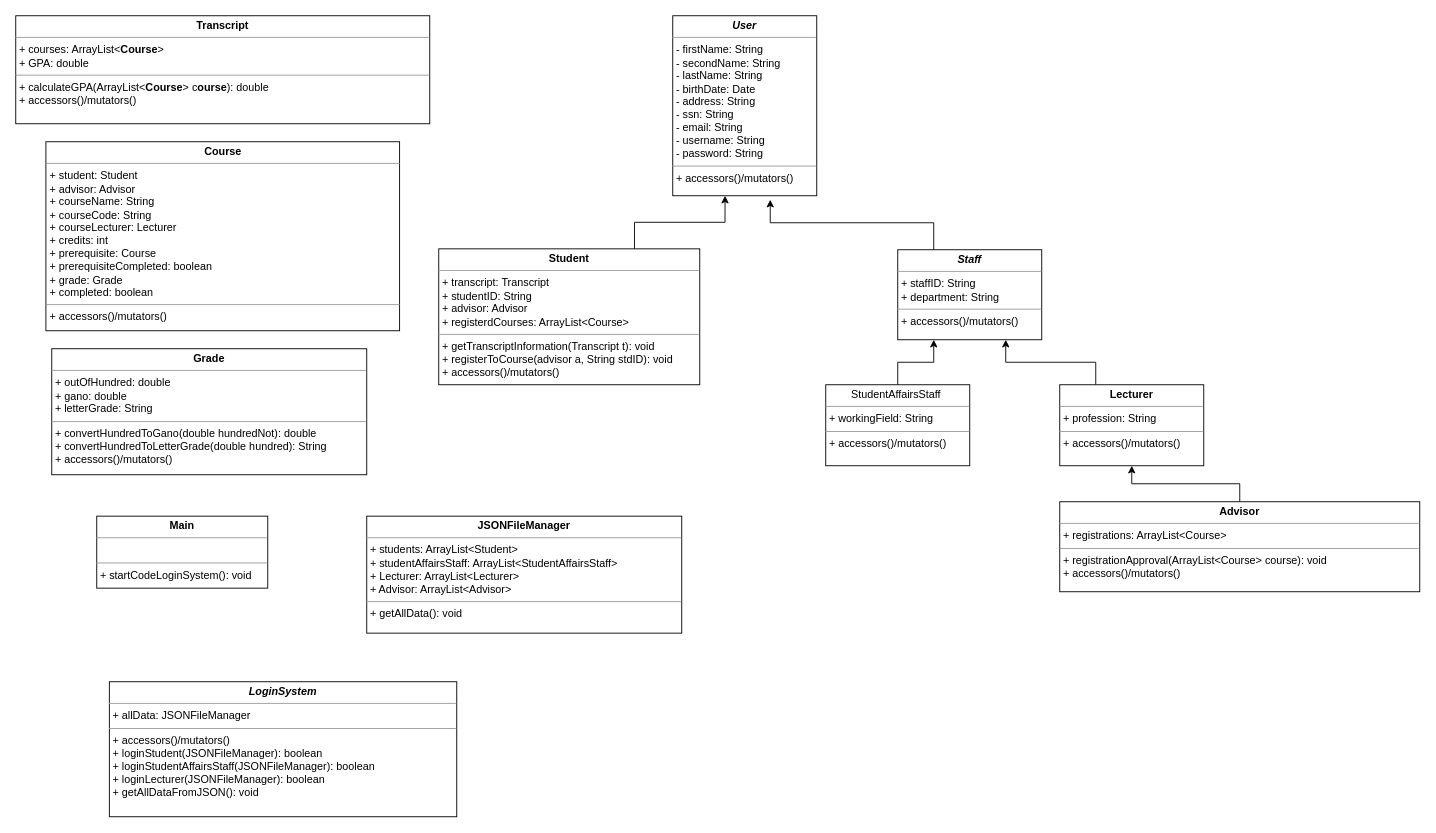
Before: Iteration_1/UML.drawio in yigittuncer07/CSE3063F23P1_GRP9, a draw.io diagram. Source tidied: cells renumbered, new cells numbered last; positions are measured from the earlier drawing's top-left corner, leaving out a move shared by most shapes. Both pictures are drawn from the tidied source at 90%, with x=0, y=0 at pixel (15, 15).
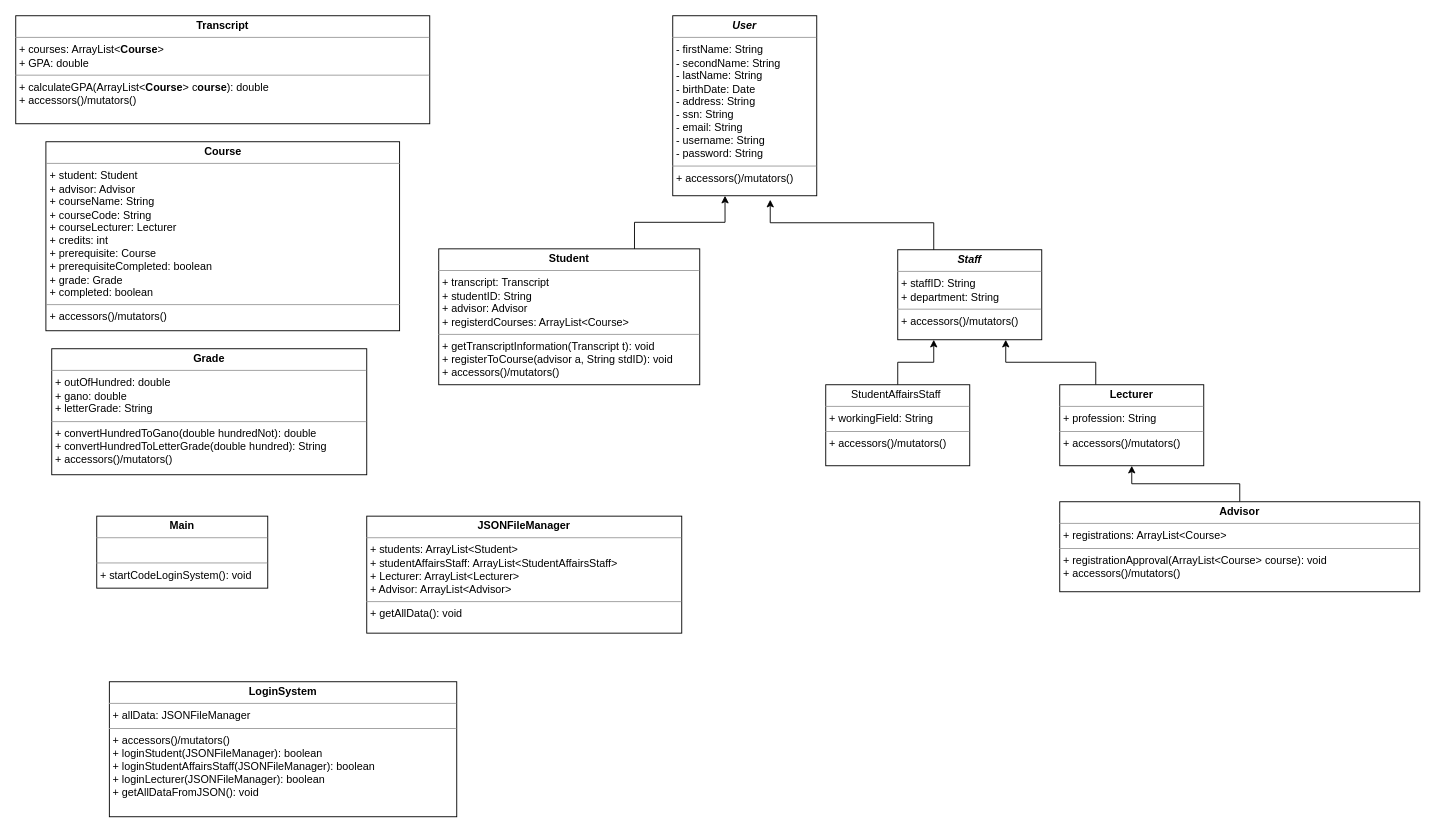
After the change.

What changed in the source:
```diff
@@
 <mxGraphModel>
   <root>
     <mxCell id="0" />
     <mxCell id="1" parent="0" />
     <mxCell id="2" value="&lt;p style=&quot;margin:0px;margin-top:4px;text-align:center;&quot;&gt;&lt;b&gt;&lt;i&gt;User&lt;/i&gt;&lt;/b&gt;&lt;/p&gt;&lt;hr size=&quot;1&quot;&gt;&lt;p style=&quot;margin:0px;margin-left:4px;&quot;&gt;- firstName: String&lt;/p&gt;&lt;p style=&quot;margin:0px;margin-left:4px;&quot;&gt;- secondName: String&lt;/p&gt;&lt;p style=&quot;margin:0px;margin-left:4px;&quot;&gt;-&amp;nbsp;&lt;span style=&quot;background-color: initial;&quot;&gt;lastName: String&lt;/span&gt;&lt;/p&gt;&lt;p style=&quot;border-color: var(--border-color); margin: 0px 0px 0px 4px;&quot;&gt;- birthDate: Date&lt;/p&gt;&lt;p style=&quot;margin:0px;margin-left:4px;&quot;&gt;- address: String&lt;/p&gt;&lt;p style=&quot;margin:0px;margin-left:4px;&quot;&gt;- ssn: String&lt;/p&gt;&lt;p style=&quot;margin:0px;margin-left:4px;&quot;&gt;- email: String&lt;/p&gt;&lt;p style=&quot;margin:0px;margin-left:4px;&quot;&gt;- username: String&lt;/p&gt;&lt;p style=&quot;margin:0px;margin-left:4px;&quot;&gt;- password: String&lt;/p&gt;&lt;hr size=&quot;1&quot;&gt;&lt;p style=&quot;margin:0px;margin-left:4px;&quot;&gt;+ accessors()/mutators()&lt;/p&gt;" style="verticalAlign=top;align=left;overflow=fill;fontSize=12;fontFamily=Helvetica;html=1;whiteSpace=wrap;" parent="1" vertex="1">
       <mxGeometry x="730" width="160" height="200" as="geometry" />
     </mxCell>
     <mxCell id="3" value="&lt;p style=&quot;margin:0px;margin-top:4px;text-align:center;&quot;&gt;&lt;b&gt;Student&lt;/b&gt;&lt;/p&gt;&lt;hr size=&quot;1&quot;&gt;&lt;p style=&quot;margin:0px;margin-left:4px;&quot;&gt;+ transcript: Transcript&lt;/p&gt;&lt;p style=&quot;margin:0px;margin-left:4px;&quot;&gt;+ studentID: String&lt;/p&gt;&lt;p style=&quot;margin:0px;margin-left:4px;&quot;&gt;+ advisor: Advisor&lt;/p&gt;&lt;p style=&quot;margin:0px;margin-left:4px;&quot;&gt;+ registerdCourses: ArrayList&amp;lt;Course&amp;gt;&lt;/p&gt;&lt;hr size=&quot;1&quot;&gt;&lt;p style=&quot;margin:0px;margin-left:4px;&quot;&gt;+ getTranscriptInformation(Transcript t): void&lt;/p&gt;&lt;p style=&quot;margin:0px;margin-left:4px;&quot;&gt;&lt;span style=&quot;background-color: initial;&quot;&gt;+ registerToCourse(advisor a, String stdID): void&lt;/span&gt;&lt;/p&gt;&lt;p style=&quot;margin:0px;margin-left:4px;&quot;&gt;&lt;span style=&quot;background-color: initial;&quot;&gt;+ accessors()/mutators()&lt;/span&gt;&lt;br&gt;&lt;/p&gt;" style="verticalAlign=top;align=left;overflow=fill;fontSize=12;fontFamily=Helvetica;html=1;whiteSpace=wrap;" parent="1" vertex="1">
       <mxGeometry x="470" y="259" width="290" height="151" as="geometry" />
     </mxCell>
     <mxCell id="4" style="edgeStyle=orthogonalEdgeStyle;rounded=0;jettySize=auto;html=1;exitX=0.5;exitY=0;exitDx=0;exitDy=0;entryX=0.5;entryY=1;entryDx=0;entryDy=0;" parent="1" edge="1" source="5" target="13">
       <mxGeometry relative="1" as="geometry" />
     </mxCell>
     <mxCell id="5" value="&lt;p style=&quot;margin:0px;margin-top:4px;text-align:center;&quot;&gt;&lt;b&gt;Advisor&lt;/b&gt;&lt;/p&gt;&lt;hr size=&quot;1&quot;&gt;&lt;p style=&quot;margin:0px;margin-left:4px;&quot;&gt;+ registrations: ArrayList&amp;lt;Course&amp;gt;&lt;/p&gt;&lt;hr size=&quot;1&quot;&gt;&lt;p style=&quot;margin:0px;margin-left:4px;&quot;&gt;+ registrationApproval(ArrayList&amp;lt;Course&amp;gt; course): void&lt;/p&gt;&lt;p style=&quot;margin:0px;margin-left:4px;&quot;&gt;+ accessors()/mutators()&lt;br&gt;&lt;/p&gt;" style="verticalAlign=top;align=left;overflow=fill;fontSize=12;fontFamily=Helvetica;html=1;whiteSpace=wrap;" parent="1" vertex="1">
       <mxGeometry x="1160" y="540" width="400" height="100" as="geometry" />
     </mxCell>
     <mxCell id="6" value="&lt;p style=&quot;margin:0px;margin-top:4px;text-align:center;&quot;&gt;&lt;b&gt;Course&lt;/b&gt;&lt;/p&gt;&lt;hr size=&quot;1&quot;&gt;&lt;p style=&quot;margin:0px;margin-left:4px;&quot;&gt;+ student: Student&lt;/p&gt;&lt;p style=&quot;margin:0px;margin-left:4px;&quot;&gt;+ advisor: Advisor&lt;/p&gt;&lt;p style=&quot;margin:0px;margin-left:4px;&quot;&gt;+ courseName: String&lt;/p&gt;&lt;p style=&quot;margin:0px;margin-left:4px;&quot;&gt;+ courseCode: String&lt;/p&gt;&lt;p style=&quot;margin:0px;margin-left:4px;&quot;&gt;+ courseLecturer: Lecturer&lt;/p&gt;&lt;p style=&quot;margin:0px;margin-left:4px;&quot;&gt;+ credits: int&lt;/p&gt;&lt;p style=&quot;margin:0px;margin-left:4px;&quot;&gt;+ prerequisite: Course&lt;/p&gt;&lt;p style=&quot;margin:0px;margin-left:4px;&quot;&gt;+ prerequisiteCompleted: boolean&lt;/p&gt;&lt;p style=&quot;margin:0px;margin-left:4px;&quot;&gt;+ grade: Grade&lt;/p&gt;&lt;p style=&quot;margin:0px;margin-left:4px;&quot;&gt;+ completed: boolean&lt;/p&gt;&lt;hr size=&quot;1&quot;&gt;&lt;p style=&quot;margin:0px;margin-left:4px;&quot;&gt;+ accessors()/mutators()&lt;/p&gt;" style="verticalAlign=top;align=left;overflow=fill;fontSize=12;fontFamily=Helvetica;html=1;whiteSpace=wrap;" parent="1" vertex="1">
       <mxGeometry x="33.5" y="140" width="393" height="210" as="geometry" />
     </mxCell>
     <mxCell id="7" value="&lt;p style=&quot;margin:0px;margin-top:4px;text-align:center;&quot;&gt;&lt;b&gt;Transcript&lt;/b&gt;&lt;/p&gt;&lt;hr size=&quot;1&quot;&gt;&lt;p style=&quot;margin:0px;margin-left:4px;&quot;&gt;+ courses: ArrayList&amp;lt;&lt;b style=&quot;border-color: var(--border-color); text-align: center;&quot;&gt;Course&lt;/b&gt;&lt;span style=&quot;background-color: initial;&quot;&gt;&amp;gt;&lt;/span&gt;&lt;br&gt;&lt;/p&gt;&lt;p style=&quot;margin:0px;margin-left:4px;&quot;&gt;&lt;span style=&quot;background-color: initial;&quot;&gt;+ GPA: double&lt;/span&gt;&lt;/p&gt;&lt;hr size=&quot;1&quot;&gt;&lt;p style=&quot;margin:0px;margin-left:4px;&quot;&gt;+ calculateGPA(ArrayList&amp;lt;&lt;b style=&quot;border-color: var(--border-color); text-align: center;&quot;&gt;Course&lt;/b&gt;&amp;gt; c&lt;b style=&quot;border-color: var(--border-color); text-align: center;&quot;&gt;ourse&lt;/b&gt;): double&lt;/p&gt;&lt;p style=&quot;margin:0px;margin-left:4px;&quot;&gt;+ accessors()/mutators()&lt;br&gt;&lt;/p&gt;" style="verticalAlign=top;align=left;overflow=fill;fontSize=12;fontFamily=Helvetica;html=1;whiteSpace=wrap;" parent="1" vertex="1">
       <mxGeometry width="460" height="120" as="geometry" />
     </mxCell>
     <mxCell id="8" value="&lt;p style=&quot;margin:0px;margin-top:4px;text-align:center;&quot;&gt;&lt;b&gt;Grade&lt;/b&gt;&lt;/p&gt;&lt;hr size=&quot;1&quot;&gt;&lt;p style=&quot;margin:0px;margin-left:4px;&quot;&gt;+ outOfHundred: double&lt;/p&gt;&lt;p style=&quot;margin:0px;margin-left:4px;&quot;&gt;+ gano: double&lt;/p&gt;&lt;p style=&quot;margin:0px;margin-left:4px;&quot;&gt;+ letterGrade: String&lt;/p&gt;&lt;hr size=&quot;1&quot;&gt;&lt;p style=&quot;margin:0px;margin-left:4px;&quot;&gt;+ convertHundredToGano(double hundredNot): double&lt;/p&gt;&lt;p style=&quot;margin:0px;margin-left:4px;&quot;&gt;+ convertHundredToLetterGrade(double hundred): String&lt;/p&gt;&lt;p style=&quot;margin:0px;margin-left:4px;&quot;&gt;+ accessors()/mutators()&lt;br&gt;&lt;/p&gt;" style="verticalAlign=top;align=left;overflow=fill;fontSize=12;fontFamily=Helvetica;html=1;whiteSpace=wrap;" parent="1" vertex="1">
       <mxGeometry x="40" y="370" width="350" height="140" as="geometry" />
     </mxCell>
     <mxCell id="9" style="edgeStyle=orthogonalEdgeStyle;rounded=0;jettySize=auto;html=1;exitX=0.75;exitY=0;exitDx=0;exitDy=0;entryX=0.363;entryY=1;entryDx=0;entryDy=0;entryPerimeter=0;" parent="1" edge="1" source="3" target="2">
       <mxGeometry relative="1" as="geometry" />
     </mxCell>
     <mxCell id="10" value="&lt;p style=&quot;margin:0px;margin-top:4px;text-align:center;&quot;&gt;&lt;b&gt;&lt;i&gt;Staff&lt;/i&gt;&lt;/b&gt;&lt;/p&gt;&lt;hr size=&quot;1&quot;&gt;&lt;p style=&quot;margin:0px;margin-left:4px;&quot;&gt;+ staffID: String&lt;/p&gt;&lt;p style=&quot;margin:0px;margin-left:4px;&quot;&gt;+ department: String&lt;/p&gt;&lt;hr size=&quot;1&quot;&gt;&lt;p style=&quot;margin:0px;margin-left:4px;&quot;&gt;+ accessors()/mutators()&lt;br&gt;&lt;/p&gt;" style="verticalAlign=top;align=left;overflow=fill;fontSize=12;fontFamily=Helvetica;html=1;whiteSpace=wrap;" parent="1" vertex="1">
       <mxGeometry x="980" y="260" width="160" height="100" as="geometry" />
     </mxCell>
     <mxCell id="11" style="edgeStyle=orthogonalEdgeStyle;rounded=0;jettySize=auto;html=1;exitX=0.25;exitY=0;exitDx=0;exitDy=0;entryX=0.677;entryY=1.022;entryDx=0;entryDy=0;entryPerimeter=0;" parent="1" edge="1" source="10" target="2">
       <mxGeometry relative="1" as="geometry" />
     </mxCell>
     <mxCell id="12" style="edgeStyle=orthogonalEdgeStyle;rounded=0;jettySize=auto;html=1;exitX=0.25;exitY=0;exitDx=0;exitDy=0;entryX=0.75;entryY=1;entryDx=0;entryDy=0;" parent="1" edge="1" source="13" target="10">
       <mxGeometry relative="1" as="geometry" />
     </mxCell>
     <mxCell id="13" value="&lt;p style=&quot;margin:0px;margin-top:4px;text-align:center;&quot;&gt;&lt;b&gt;Lecturer&lt;/b&gt;&lt;/p&gt;&lt;hr size=&quot;1&quot;&gt;&lt;p style=&quot;margin:0px;margin-left:4px;&quot;&gt;+&amp;nbsp;profession: String&lt;/p&gt;&lt;hr size=&quot;1&quot;&gt;&lt;p style=&quot;margin:0px;margin-left:4px;&quot;&gt;+ accessors()/mutators()&lt;br&gt;&lt;/p&gt;" style="verticalAlign=top;align=left;overflow=fill;fontSize=12;fontFamily=Helvetica;html=1;whiteSpace=wrap;" parent="1" vertex="1">
       <mxGeometry x="1160" y="410" width="160" height="90" as="geometry" />
     </mxCell>
-    <mxCell id="14" value="&lt;p style=&quot;margin:0px;margin-top:4px;text-align:center;&quot;&gt;&lt;b&gt;&lt;i&gt;LoginSystem&lt;/i&gt;&lt;/b&gt;&lt;/p&gt;&lt;hr size=&quot;1&quot;&gt;&lt;p style=&quot;margin:0px;margin-left:4px;&quot;&gt;+ allData: JSONFileManager&lt;/p&gt;&lt;hr size=&quot;1&quot;&gt;&lt;p style=&quot;margin:0px;margin-left:4px;&quot;&gt;+ accessors()/mutators()&lt;br&gt;&lt;/p&gt;&lt;p style=&quot;margin:0px;margin-left:4px;&quot;&gt;+ loginStudent(JSONFileManager): boolean&lt;/p&gt;&lt;p style=&quot;border-color: var(--border-color); margin: 0px 0px 0px 4px;&quot;&gt;+ loginStudentAffairsStaff(JSONFileManager): boolean&lt;/p&gt;&lt;div&gt;&lt;p style=&quot;border-color: var(--border-color); margin: 0px 0px 0px 4px;&quot;&gt;+ loginLecturer(JSONFileManager): boolean&lt;/p&gt;&lt;/div&gt;&lt;p style=&quot;margin:0px;margin-left:4px;&quot;&gt;+ getAllDataFromJSON(): void&lt;br&gt;&lt;/p&gt;&lt;p style=&quot;margin:0px;margin-left:4px;&quot;&gt;&lt;br&gt;&lt;/p&gt;" style="verticalAlign=top;align=left;overflow=fill;fontSize=12;fontFamily=Helvetica;html=1;whiteSpace=wrap;" parent="1" vertex="1">
+    <mxCell id="14" value="&lt;p style=&quot;margin:0px;margin-top:4px;text-align:center;&quot;&gt;&lt;b&gt;LoginSystem&lt;/b&gt;&lt;/p&gt;&lt;hr size=&quot;1&quot;&gt;&lt;p style=&quot;margin:0px;margin-left:4px;&quot;&gt;+ allData: JSONFileManager&lt;/p&gt;&lt;hr size=&quot;1&quot;&gt;&lt;p style=&quot;margin:0px;margin-left:4px;&quot;&gt;+ accessors()/mutators()&lt;br&gt;&lt;/p&gt;&lt;p style=&quot;margin:0px;margin-left:4px;&quot;&gt;+ loginStudent(JSONFileManager): boolean&lt;/p&gt;&lt;p style=&quot;border-color: var(--border-color); margin: 0px 0px 0px 4px;&quot;&gt;+ loginStudentAffairsStaff(JSONFileManager): boolean&lt;/p&gt;&lt;div&gt;&lt;p style=&quot;border-color: var(--border-color); margin: 0px 0px 0px 4px;&quot;&gt;+ loginLecturer(JSONFileManager): boolean&lt;/p&gt;&lt;/div&gt;&lt;p style=&quot;margin:0px;margin-left:4px;&quot;&gt;+ getAllDataFromJSON(): void&lt;br&gt;&lt;/p&gt;&lt;p style=&quot;margin:0px;margin-left:4px;&quot;&gt;&lt;br&gt;&lt;/p&gt;" style="verticalAlign=top;align=left;overflow=fill;fontSize=12;fontFamily=Helvetica;html=1;whiteSpace=wrap;" parent="1" vertex="1">
       <mxGeometry x="104" y="740" width="386" height="150" as="geometry" />
     </mxCell>
     <mxCell id="15" style="edgeStyle=orthogonalEdgeStyle;rounded=0;jettySize=auto;html=1;exitX=0.5;exitY=0;exitDx=0;exitDy=0;entryX=0.25;entryY=1;entryDx=0;entryDy=0;" parent="1" edge="1" source="16" target="10">
       <mxGeometry relative="1" as="geometry" />
     </mxCell>
     <mxCell id="16" value="&lt;p style=&quot;margin:0px;margin-top:4px;text-align:center;&quot;&gt;StudentAffairsStaff&amp;nbsp;&lt;br&gt;&lt;/p&gt;&lt;hr size=&quot;1&quot;&gt;&lt;p style=&quot;margin:0px;margin-left:4px;&quot;&gt;+&amp;nbsp;workingField: String&lt;/p&gt;&lt;hr size=&quot;1&quot;&gt;&lt;p style=&quot;margin:0px;margin-left:4px;&quot;&gt;+ accessors()/mutators()&lt;br&gt;&lt;/p&gt;" style="verticalAlign=top;align=left;overflow=fill;fontSize=12;fontFamily=Helvetica;html=1;whiteSpace=wrap;" parent="1" vertex="1">
       <mxGeometry x="900" y="410" width="160" height="90" as="geometry" />
     </mxCell>
     <mxCell id="17" value="&lt;p style=&quot;margin:0px;margin-top:4px;text-align:center;&quot;&gt;&lt;b&gt;Main&lt;/b&gt;&lt;/p&gt;&lt;hr size=&quot;1&quot;&gt;&lt;p style=&quot;margin:0px;margin-left:4px;&quot;&gt;&lt;br&gt;&lt;/p&gt;&lt;hr size=&quot;1&quot;&gt;&lt;p style=&quot;margin:0px;margin-left:4px;&quot;&gt;+ startCodeLoginSystem(): void&lt;/p&gt;" style="verticalAlign=top;align=left;overflow=fill;fontSize=12;fontFamily=Helvetica;html=1;whiteSpace=wrap;" parent="1" vertex="1">
       <mxGeometry x="90" y="556" width="190" height="80" as="geometry" />
     </mxCell>
     <mxCell id="18" value="&lt;p style=&quot;margin:0px;margin-top:4px;text-align:center;&quot;&gt;&lt;b&gt;JSONFileManager&lt;/b&gt;&lt;/p&gt;&lt;hr size=&quot;1&quot;&gt;&lt;p style=&quot;margin:0px;margin-left:4px;&quot;&gt;+ students: ArrayList&amp;lt;Student&amp;gt;&lt;/p&gt;&lt;p style=&quot;margin:0px;margin-left:4px;&quot;&gt;+ studentAffairsStaff: ArrayList&amp;lt;StudentAffairsStaff&amp;gt;&lt;/p&gt;&lt;p style=&quot;margin:0px;margin-left:4px;&quot;&gt;+ Lecturer: ArrayList&amp;lt;Lecturer&amp;gt;&lt;/p&gt;&lt;p style=&quot;margin:0px;margin-left:4px;&quot;&gt;+ Advisor: ArrayList&amp;lt;Advisor&amp;gt;&lt;/p&gt;&lt;hr size=&quot;1&quot;&gt;&lt;p style=&quot;margin:0px;margin-left:4px;&quot;&gt;+ getAllData(): void&lt;/p&gt;" style="verticalAlign=top;align=left;overflow=fill;fontSize=12;fontFamily=Helvetica;html=1;whiteSpace=wrap;" parent="1" vertex="1">
       <mxGeometry x="390" y="556" width="350" height="130" as="geometry" />
     </mxCell>
   </root>
 </mxGraphModel>
```
